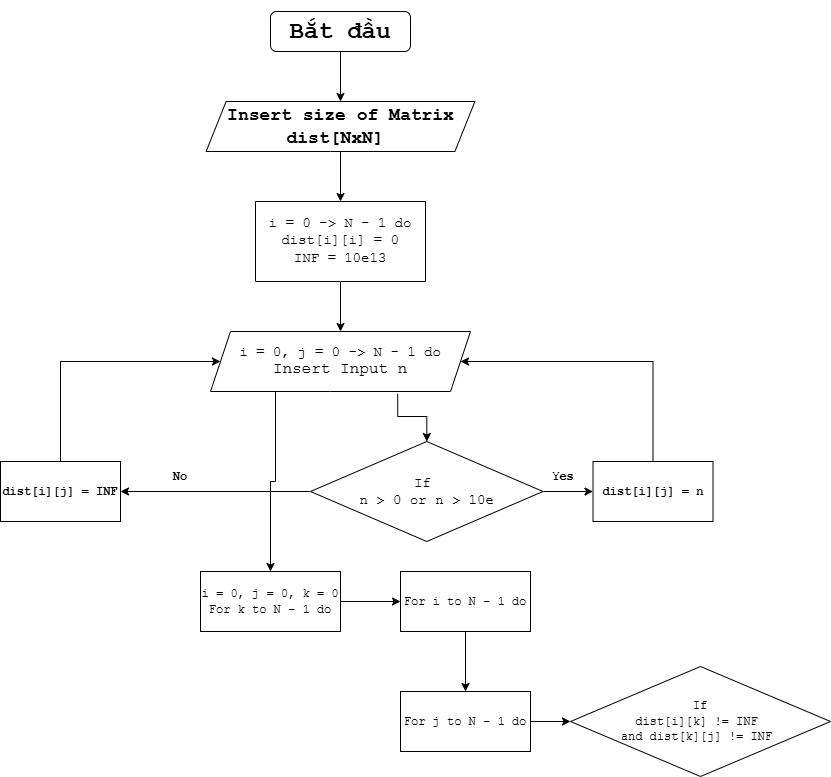
Earlier version of the draw.io export floyd.png (IamPierrot/project-based-learning). Source tidied: cells renumbered, new cells last; positions are measured from the earlier drawing's top-left corner, leaving out a move shared by most shapes. The source it was exported from:
```xml
<mxGraphModel>
  <root>
    <mxCell id="0" />
    <mxCell id="1" parent="0" />
    <mxCell id="2" style="edgeStyle=orthogonalEdgeStyle;rounded=0;jettySize=auto;html=1;" parent="1" edge="1" source="3" target="5">
      <mxGeometry relative="1" as="geometry" />
    </mxCell>
    <mxCell id="3" value="&lt;h1&gt;&lt;font face=&quot;Courier New&quot;&gt;Bắt đầu&lt;/font&gt;&lt;/h1&gt;" style="rounded=1;whiteSpace=wrap;html=1;" parent="1" vertex="1">
      <mxGeometry x="270" width="140" height="40" as="geometry" />
    </mxCell>
    <mxCell id="4" style="edgeStyle=orthogonalEdgeStyle;rounded=0;jettySize=auto;html=1;" parent="1" edge="1" source="5" target="7">
      <mxGeometry relative="1" as="geometry" />
    </mxCell>
    <mxCell id="5" value="&lt;h2&gt;&lt;font face=&quot;Courier New&quot;&gt;Insert size of Matrix dist[NxN]&amp;nbsp;&lt;/font&gt;&lt;/h2&gt;" style="shape=parallelogram;perimeter=parallelogramPerimeter;whiteSpace=wrap;html=1;fixedSize=1;rounded=1;arcSize=0;" parent="1" vertex="1">
      <mxGeometry x="205.6" y="90" width="268.8" height="50" as="geometry" />
    </mxCell>
    <mxCell id="6" style="edgeStyle=orthogonalEdgeStyle;rounded=0;jettySize=auto;html=1;" parent="1" edge="1" source="7" target="11">
      <mxGeometry relative="1" as="geometry" />
    </mxCell>
    <mxCell id="7" value="&lt;div&gt;&lt;font face=&quot;Courier New&quot; style=&quot;font-size: 14px;&quot;&gt;i = 0 -&amp;gt; N - 1 do&lt;/font&gt;&lt;/div&gt;&lt;font style=&quot;font-size: 14px;&quot; face=&quot;Courier New&quot;&gt;dist[i][i] = 0&lt;/font&gt;&lt;div&gt;&lt;span style=&quot;font-family: &amp;quot;Courier New&amp;quot;;&quot;&gt;&lt;font style=&quot;font-size: 14px;&quot;&gt;INF = 10e13&lt;/font&gt;&lt;/span&gt;&lt;font face=&quot;Courier New&quot; size=&quot;3&quot;&gt;&lt;/font&gt;&lt;/div&gt;" style="shape=parallelogram;perimeter=parallelogramPerimeter;whiteSpace=wrap;html=1;fixedSize=1;rounded=1;arcSize=0;size=-20;" parent="1" vertex="1">
      <mxGeometry x="255" y="190" width="170" height="80" as="geometry" />
    </mxCell>
    <mxCell id="8" style="edgeStyle=orthogonalEdgeStyle;rounded=0;jettySize=auto;html=1;exitX=0.72;exitY=1.04;exitDx=0;exitDy=0;exitPerimeter=0;" parent="1" edge="1" source="11" target="14">
      <mxGeometry relative="1" as="geometry" />
    </mxCell>
    <mxCell id="9" style="edgeStyle=orthogonalEdgeStyle;rounded=0;orthogonalLoop=1;jettySize=auto;html=1;exitX=1;exitY=0.5;exitDx=0;exitDy=0;entryX=1;entryY=0.5;entryDx=0;entryDy=0;" parent="1" edge="1" source="11" target="11">
      <mxGeometry relative="1" as="geometry" />
    </mxCell>
    <mxCell id="10" style="edgeStyle=orthogonalEdgeStyle;rounded=0;jettySize=auto;html=1;exitX=0.25;exitY=1;exitDx=0;exitDy=0;" parent="1" edge="1" source="11" target="22">
      <mxGeometry relative="1" as="geometry" />
    </mxCell>
    <mxCell id="11" value="&lt;font style=&quot;font-size: 14px;&quot; face=&quot;Courier New&quot;&gt;i = 0, j = 0 -&amp;gt; N - 1 do&lt;/font&gt;&lt;div&gt;&lt;font size=&quot;3&quot; face=&quot;Courier New&quot;&gt;Insert Input n&lt;/font&gt;&lt;/div&gt;" style="shape=parallelogram;perimeter=parallelogramPerimeter;whiteSpace=wrap;html=1;fixedSize=1;rounded=1;arcSize=0;" parent="1" vertex="1">
      <mxGeometry x="210" y="320" width="260" height="60" as="geometry" />
    </mxCell>
    <mxCell id="12" style="edgeStyle=orthogonalEdgeStyle;rounded=0;jettySize=auto;html=1;" parent="1" edge="1" source="14" target="16">
      <mxGeometry relative="1" as="geometry" />
    </mxCell>
    <mxCell id="13" style="edgeStyle=orthogonalEdgeStyle;rounded=0;jettySize=auto;html=1;" parent="1" edge="1" source="14" target="19">
      <mxGeometry relative="1" as="geometry" />
    </mxCell>
    <mxCell id="14" value="&lt;font style=&quot;font-size: 14px;&quot; face=&quot;Courier New&quot;&gt;If&amp;nbsp;&lt;br&gt;n &amp;gt; 0 or n &amp;gt; 10e&lt;/font&gt;" style="rhombus;whiteSpace=wrap;html=1;rounded=1;arcSize=0;" parent="1" vertex="1">
      <mxGeometry x="310" y="430" width="232.5" height="100" as="geometry" />
    </mxCell>
    <mxCell id="15" style="edgeStyle=orthogonalEdgeStyle;rounded=0;jettySize=auto;html=1;exitX=0.5;exitY=0;exitDx=0;exitDy=0;entryX=1;entryY=0.5;entryDx=0;entryDy=0;" parent="1" edge="1" source="16" target="11">
      <mxGeometry relative="1" as="geometry">
        <Array as="points">
          <mxPoint x="653" y="350" />
        </Array>
      </mxGeometry>
    </mxCell>
    <mxCell id="16" value="&lt;font face=&quot;Courier New&quot;&gt;&lt;b&gt;dist[i][j] = n&lt;/b&gt;&lt;/font&gt;" style="whiteSpace=wrap;html=1;rounded=1;arcSize=0;" parent="1" vertex="1">
      <mxGeometry x="592.5" y="450" width="120" height="60" as="geometry" />
    </mxCell>
    <mxCell id="17" value="&lt;font face=&quot;Courier New&quot;&gt;&lt;b&gt;Yes&lt;/b&gt;&lt;/font&gt;" style="text;html=1;align=center;verticalAlign=middle;whiteSpace=wrap;rounded=0;" parent="1" vertex="1">
      <mxGeometry x="532.5" y="450" width="60" height="30" as="geometry" />
    </mxCell>
    <mxCell id="18" style="edgeStyle=orthogonalEdgeStyle;rounded=0;jettySize=auto;html=1;exitX=0.5;exitY=0;exitDx=0;exitDy=0;entryX=0;entryY=0.5;entryDx=0;entryDy=0;" parent="1" edge="1" source="19" target="11">
      <mxGeometry relative="1" as="geometry">
        <Array as="points">
          <mxPoint x="60" y="350" />
        </Array>
      </mxGeometry>
    </mxCell>
    <mxCell id="19" value="&lt;font face=&quot;Courier New&quot;&gt;&lt;b&gt;dist[i][j] = INF&lt;br&gt;&lt;/b&gt;&lt;/font&gt;" style="whiteSpace=wrap;html=1;rounded=1;arcSize=0;" parent="1" vertex="1">
      <mxGeometry y="450" width="120" height="60" as="geometry" />
    </mxCell>
    <mxCell id="20" value="&lt;font face=&quot;Courier New&quot;&gt;&lt;b&gt;No&lt;/b&gt;&lt;/font&gt;" style="text;html=1;align=center;verticalAlign=middle;whiteSpace=wrap;rounded=0;" parent="1" vertex="1">
      <mxGeometry x="150" y="450" width="60" height="30" as="geometry" />
    </mxCell>
    <mxCell id="21" style="edgeStyle=orthogonalEdgeStyle;rounded=0;jettySize=auto;html=1;" parent="1" edge="1" source="22" target="24">
      <mxGeometry relative="1" as="geometry" />
    </mxCell>
    <mxCell id="22" value="&lt;font face=&quot;Courier New&quot;&gt;i = 0, j = 0, k = 0&lt;/font&gt;&lt;div&gt;&lt;font face=&quot;Courier New&quot;&gt;For k to N - 1 do&lt;/font&gt;&lt;/div&gt;" style="rounded=0;whiteSpace=wrap;html=1;" parent="1" vertex="1">
      <mxGeometry x="200" y="560" width="140" height="60" as="geometry" />
    </mxCell>
    <mxCell id="23" style="edgeStyle=orthogonalEdgeStyle;rounded=0;jettySize=auto;html=1;" parent="1" edge="1" source="24" target="26">
      <mxGeometry relative="1" as="geometry" />
    </mxCell>
    <mxCell id="24" value="&lt;font face=&quot;Courier New&quot;&gt;For i to N - 1 do&lt;/font&gt;" style="rounded=0;whiteSpace=wrap;html=1;" parent="1" vertex="1">
      <mxGeometry x="400" y="560" width="130" height="60" as="geometry" />
    </mxCell>
    <mxCell id="25" style="edgeStyle=orthogonalEdgeStyle;rounded=0;jettySize=auto;html=1;" parent="1" edge="1" source="26" target="27">
      <mxGeometry relative="1" as="geometry" />
    </mxCell>
    <mxCell id="26" value="&lt;font face=&quot;Courier New&quot;&gt;For j to N - 1 do&lt;/font&gt;" style="whiteSpace=wrap;html=1;rounded=0;" parent="1" vertex="1">
      <mxGeometry x="400" y="680" width="130" height="60" as="geometry" />
    </mxCell>
    <mxCell id="27" value="&lt;div style=&quot;&quot;&gt;&lt;span style=&quot;font-family: &amp;quot;Courier New&amp;quot;; background-color: transparent; color: light-dark(rgb(0, 0, 0), rgb(255, 255, 255));&quot;&gt;If&lt;/span&gt;&lt;/div&gt;&lt;div style=&quot;&quot;&gt;&lt;font face=&quot;Courier New&quot;&gt;dist[i][k] != INF&amp;nbsp;&lt;/font&gt;&lt;/div&gt;&lt;div style=&quot;&quot;&gt;&lt;font face=&quot;Courier New&quot;&gt;and dist[k][j] != INF&amp;nbsp;&lt;/font&gt;&lt;/div&gt;" style="rhombus;whiteSpace=wrap;html=1;rounded=0;align=center;" parent="1" vertex="1">
      <mxGeometry x="570" y="655" width="260" height="110" as="geometry" />
    </mxCell>
  </root>
</mxGraphModel>
```
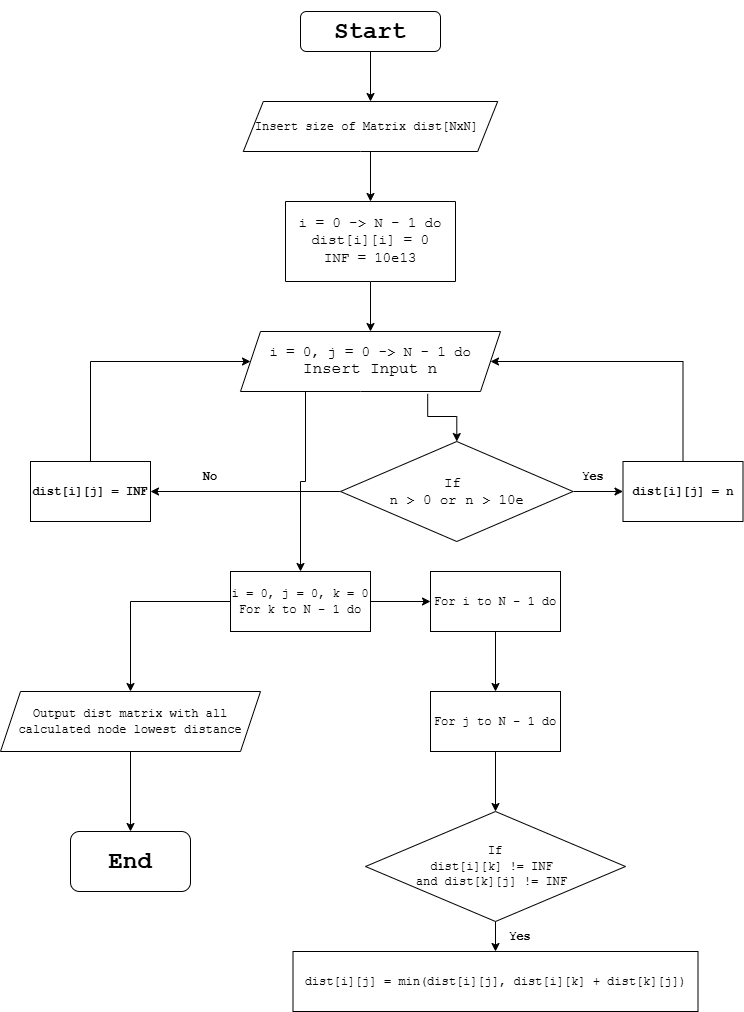
Above is the later version.

Change to the diagram source:
```diff
@@ -5,14 +5,14 @@
     <mxCell id="2" style="edgeStyle=orthogonalEdgeStyle;rounded=0;jettySize=auto;html=1;" parent="1" edge="1" source="3" target="5">
       <mxGeometry relative="1" as="geometry" />
     </mxCell>
-    <mxCell id="3" value="&lt;h1&gt;&lt;font face=&quot;Courier New&quot;&gt;Bắt đầu&lt;/font&gt;&lt;/h1&gt;" style="rounded=1;whiteSpace=wrap;html=1;" parent="1" vertex="1">
+    <mxCell id="3" value="&lt;h1&gt;&lt;font face=&quot;Courier New&quot;&gt;Start&lt;/font&gt;&lt;/h1&gt;" style="rounded=1;whiteSpace=wrap;html=1;" parent="1" vertex="1">
       <mxGeometry x="270" width="140" height="40" as="geometry" />
     </mxCell>
     <mxCell id="4" style="edgeStyle=orthogonalEdgeStyle;rounded=0;jettySize=auto;html=1;" parent="1" edge="1" source="5" target="7">
       <mxGeometry relative="1" as="geometry" />
     </mxCell>
-    <mxCell id="5" value="&lt;h2&gt;&lt;font face=&quot;Courier New&quot;&gt;Insert size of Matrix dist[NxN]&amp;nbsp;&lt;/font&gt;&lt;/h2&gt;" style="shape=parallelogram;perimeter=parallelogramPerimeter;whiteSpace=wrap;html=1;fixedSize=1;rounded=1;arcSize=0;" parent="1" vertex="1">
-      <mxGeometry x="205.6" y="90" width="268.8" height="50" as="geometry" />
+    <mxCell id="5" value="&lt;pre&gt;&lt;font face=&quot;Courier New&quot;&gt;Insert size of Matrix dist[NxN]&amp;nbsp;&lt;/font&gt;&lt;/pre&gt;" style="shape=parallelogram;perimeter=parallelogramPerimeter;whiteSpace=wrap;html=1;fixedSize=1;rounded=1;arcSize=0;" parent="1" vertex="1">
+      <mxGeometry x="212.8" y="90" width="254.4" height="50" as="geometry" />
     </mxCell>
     <mxCell id="6" style="edgeStyle=orthogonalEdgeStyle;rounded=0;jettySize=auto;html=1;" parent="1" edge="1" source="7" target="11">
       <mxGeometry relative="1" as="geometry" />
@@ -70,6 +70,9 @@
     <mxCell id="21" style="edgeStyle=orthogonalEdgeStyle;rounded=0;jettySize=auto;html=1;" parent="1" edge="1" source="22" target="24">
       <mxGeometry relative="1" as="geometry" />
     </mxCell>
+    <mxCell id="28" style="edgeStyle=orthogonalEdgeStyle;rounded=0;jettySize=auto;html=1;exitX=0;exitY=0.5;exitDx=0;exitDy=0;entryX=0.5;entryY=0;entryDx=0;entryDy=0;" parent="1" edge="1" source="22" target="33">
+      <mxGeometry relative="1" as="geometry" />
+    </mxCell>
     <mxCell id="22" value="&lt;font face=&quot;Courier New&quot;&gt;i = 0, j = 0, k = 0&lt;/font&gt;&lt;div&gt;&lt;font face=&quot;Courier New&quot;&gt;For k to N - 1 do&lt;/font&gt;&lt;/div&gt;" style="rounded=0;whiteSpace=wrap;html=1;" parent="1" vertex="1">
       <mxGeometry x="200" y="560" width="140" height="60" as="geometry" />
     </mxCell>
@@ -85,8 +88,26 @@
     <mxCell id="26" value="&lt;font face=&quot;Courier New&quot;&gt;For j to N - 1 do&lt;/font&gt;" style="whiteSpace=wrap;html=1;rounded=0;" parent="1" vertex="1">
       <mxGeometry x="400" y="680" width="130" height="60" as="geometry" />
     </mxCell>
+    <mxCell id="29" style="edgeStyle=orthogonalEdgeStyle;rounded=0;jettySize=auto;html=1;" parent="1" edge="1" source="27" target="30">
+      <mxGeometry relative="1" as="geometry" />
+    </mxCell>
     <mxCell id="27" value="&lt;div style=&quot;&quot;&gt;&lt;span style=&quot;font-family: &amp;quot;Courier New&amp;quot;; background-color: transparent; color: light-dark(rgb(0, 0, 0), rgb(255, 255, 255));&quot;&gt;If&lt;/span&gt;&lt;/div&gt;&lt;div style=&quot;&quot;&gt;&lt;font face=&quot;Courier New&quot;&gt;dist[i][k] != INF&amp;nbsp;&lt;/font&gt;&lt;/div&gt;&lt;div style=&quot;&quot;&gt;&lt;font face=&quot;Courier New&quot;&gt;and dist[k][j] != INF&amp;nbsp;&lt;/font&gt;&lt;/div&gt;" style="rhombus;whiteSpace=wrap;html=1;rounded=0;align=center;" parent="1" vertex="1">
-      <mxGeometry x="570" y="655" width="260" height="110" as="geometry" />
+      <mxGeometry x="335" y="800" width="260" height="110" as="geometry" />
     </mxCell>
+    <mxCell id="30" value="&lt;font face=&quot;Courier New&quot;&gt;dist[i][j] = min(dist[i][j], dist[i][k] + dist[k][j])&lt;/font&gt;" style="rounded=0;whiteSpace=wrap;html=1;" parent="1" vertex="1">
+      <mxGeometry x="262.5" y="940" width="405" height="60" as="geometry" />
+    </mxCell>
+    <mxCell id="31" value="&lt;font face=&quot;Courier New&quot;&gt;&lt;b&gt;Yes&lt;/b&gt;&lt;/font&gt;" style="text;html=1;align=center;verticalAlign=middle;whiteSpace=wrap;rounded=0;" parent="1" vertex="1">
+      <mxGeometry x="460" y="910" width="60" height="30" as="geometry" />
+    </mxCell>
+    <mxCell id="32" style="edgeStyle=orthogonalEdgeStyle;rounded=0;jettySize=auto;html=1;" parent="1" edge="1" source="33" target="34">
+      <mxGeometry relative="1" as="geometry" />
+    </mxCell>
+    <mxCell id="33" value="&lt;font face=&quot;Courier New&quot;&gt;Output dist matrix with all calculated node lowest distance&lt;/font&gt;" style="shape=parallelogram;perimeter=parallelogramPerimeter;whiteSpace=wrap;html=1;fixedSize=1;" parent="1" vertex="1">
+      <mxGeometry x="-30" y="680" width="260" height="60" as="geometry" />
+    </mxCell>
+    <mxCell id="34" value="&lt;h1&gt;&lt;font face=&quot;Courier New&quot;&gt;End&lt;/font&gt;&lt;/h1&gt;" style="rounded=1;whiteSpace=wrap;html=1;" parent="1" vertex="1">
+      <mxGeometry x="40" y="820" width="120" height="60" as="geometry" />
+    </mxCell>
   </root>
 </mxGraphModel>
```
